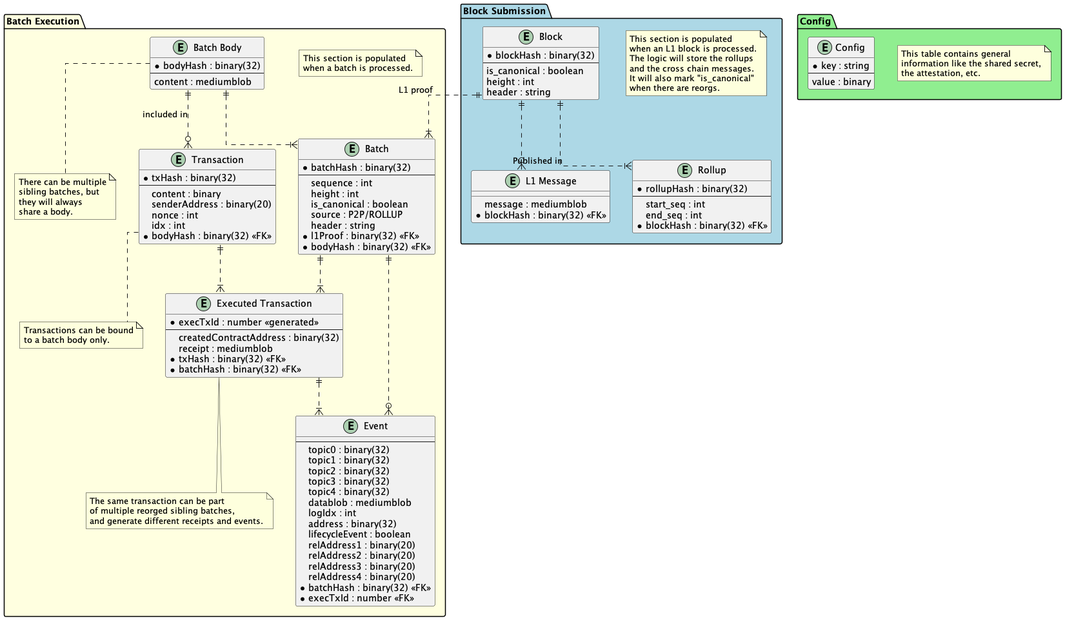
Above: design/architecture/db_schema.png in ten-protocol/go-ten (PlantUML), before the change. Its diagram source:
```plantuml
@startuml
skinparam linetype ortho

package "Batch Execution" as BE  #LightYellow{

note as N0
 This section is populated
 when a batch is processed.
end note

note as N1
 There can be multiple
 sibling batches, but
 they will always
 share a body.
end note

note as N2
 The same transaction can be part
 of multiple reorged sibling batches,
 and generate different receipts and events.
end note

note as N3
 Transactions can be bound
 to a batch body only.
end note

}

package "Block Submission" as BS  #LightBlue{
note as N4
 This section is populated
 when an L1 block is processed.
 The logic will store the rollups
 and the cross chain messages.
 It will also mark "is_canonical"
 when there are reorgs.
end note

}

package "Config" as C   #LightGreen{
note as N5
 This table contains general
 information like the shared secret,
 the attestation, etc.
end note

}


entity "Batch" as BE.batch {
  *batchHash : binary(32)
  --
  sequence : int
  height : int
  is_canonical : boolean
  source : P2P/ROLLUP
  header : string
  *l1Proof : binary(32) <<FK>>
  *bodyHash : binary(32) <<FK>>
}

entity "Batch Body" as BE.batch_body {
  *bodyHash : binary(32)
  --
  content : mediumblob
}

entity "Transaction" as BE.tx {
  *txHash : binary(32)
  --
  content : binary
  senderAddress : binary(20)
  nonce : int
  idx : int
  *bodyHash : binary(32) <<FK>>
}

entity "Executed Transaction" as BE.exec_tx {
  *execTxId : number <<generated>>
  --
  createdContractAddress : binary(32)
  receipt : mediumblob
  *txHash : binary(32) <<FK>>
  *batchHash : binary(32) <<FK>>
}

entity "Event" as BE.event {
  --
  topic0 : binary(32)
  topic1 : binary(32)
  topic2 : binary(32)
  topic3 : binary(32)
  topic4 : binary(32)
  datablob : mediumblob
  logIdx : int
  address : binary(32)
  lifecycleEvent : boolean
  relAddress1 : binary(20)
  relAddress2 : binary(20)
  relAddress3 : binary(20)
  relAddress4 : binary(20)
  *batchHash : binary(32) <<FK>>
  *execTxId : number <<FK>>
}

entity "Block" as BS.block {
  *blockHash : binary(32)
  --
  is_canonical : boolean
  height : int
  header : string
}

entity "L1 Message" as BS.l1_msg{
  __
  message : mediumblob
  *blockHash : binary(32) <<FK>>
}

entity "Rollup" as BS.rollup {
  *rollupHash : binary(32)
  --
  start_seq : int
  end_seq : int
  *blockHash : binary(32) <<FK>>
}

entity "Config" as C.cfg{
 *key : string
 --
 value : binary
}


batch_body ||..o{ tx : included in
batch_body ||..|{ batch
batch ||..o{ event
block ||..|{ batch : L1 proof
block ||..|{ rollup : Published in
exec_tx ||..|{ event
batch ||..|{ exec_tx
tx ||..|{ exec_tx
block ||..o{ l1_msg

batch_body .. N1
exec_tx .. N2
tx .. N3

@enduml
```
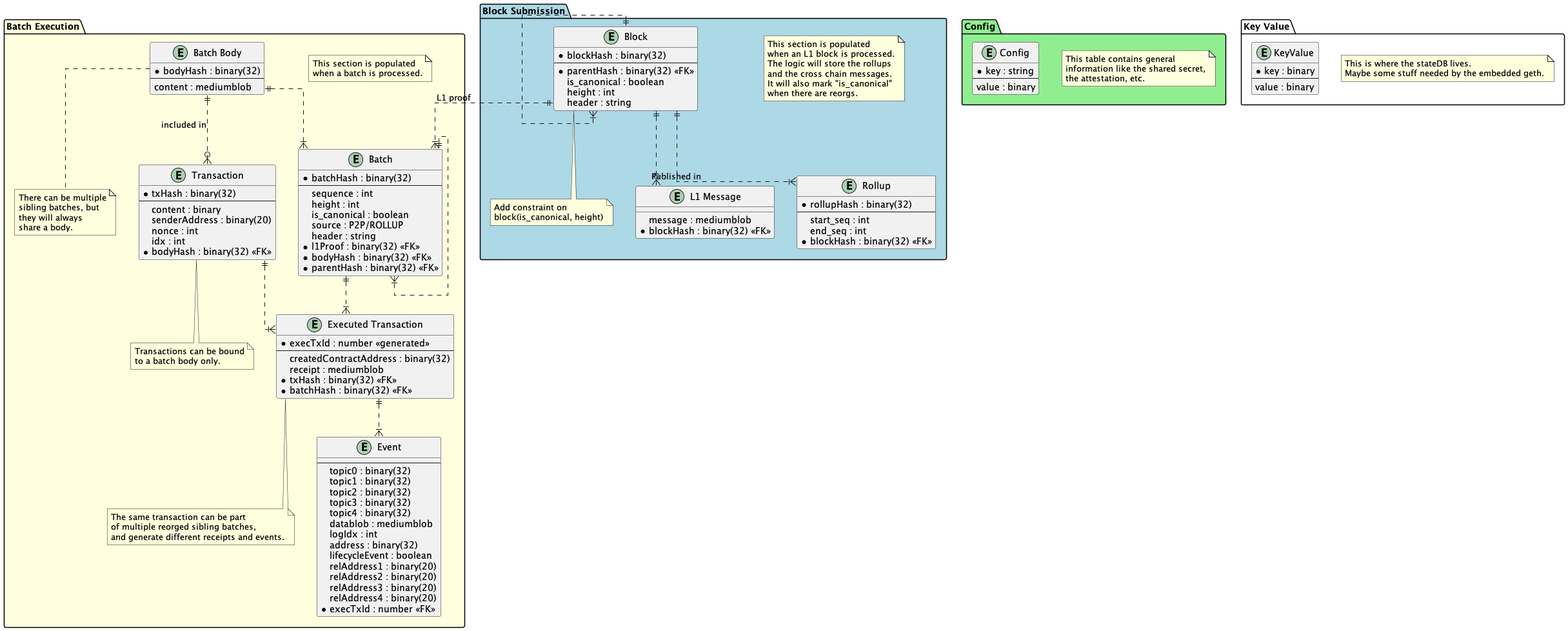
After the commit.

Change to the diagram source:
```diff
@@ -38,6 +38,11 @@
  when there are reorgs.
 end note
 
+note as N6
+Add constraint on
+block(is_canonical, height)
+end note
+
 }
 
 package "Config" as C   #LightGreen{
@@ -49,6 +54,12 @@
 
 }
 
+package "Key Value" as KV {
+note as N7
+This is where the stateDB lives.
+Maybe some stuff needed by the embedded geth.
+end note
+}
 
 entity "Batch" as BE.batch {
   *batchHash : binary(32)
@@ -60,6 +71,7 @@
   header : string
   *l1Proof : binary(32) <<FK>>
   *bodyHash : binary(32) <<FK>>
+  *parentHash : binary(32) <<FK>>
 }
 
 entity "Batch Body" as BE.batch_body {
@@ -102,13 +114,13 @@
   relAddress2 : binary(20)
   relAddress3 : binary(20)
   relAddress4 : binary(20)
-  *batchHash : binary(32) <<FK>>
   *execTxId : number <<FK>>
 }
 
 entity "Block" as BS.block {
   *blockHash : binary(32)
   --
+  *parentHash : binary(32) <<FK>>
   is_canonical : boolean
   height : int
   header : string
@@ -134,19 +146,29 @@
  value : binary
 }
 
+entity "KeyValue" as KV.kv{
+ *key : binary
+ --
+ value : binary
+}
+
+
 
 batch_body ||..o{ tx : included in
 batch_body ||..|{ batch
-batch ||..o{ event
 block ||..|{ batch : L1 proof
 block ||..|{ rollup : Published in
 exec_tx ||..|{ event
 batch ||..|{ exec_tx
 tx ||..|{ exec_tx
 block ||..o{ l1_msg
+block ||..|{ block
+batch ||..|{ batch
+
 
 batch_body .. N1
 exec_tx .. N2
 tx .. N3
+block .. N6
 
 @enduml
```
